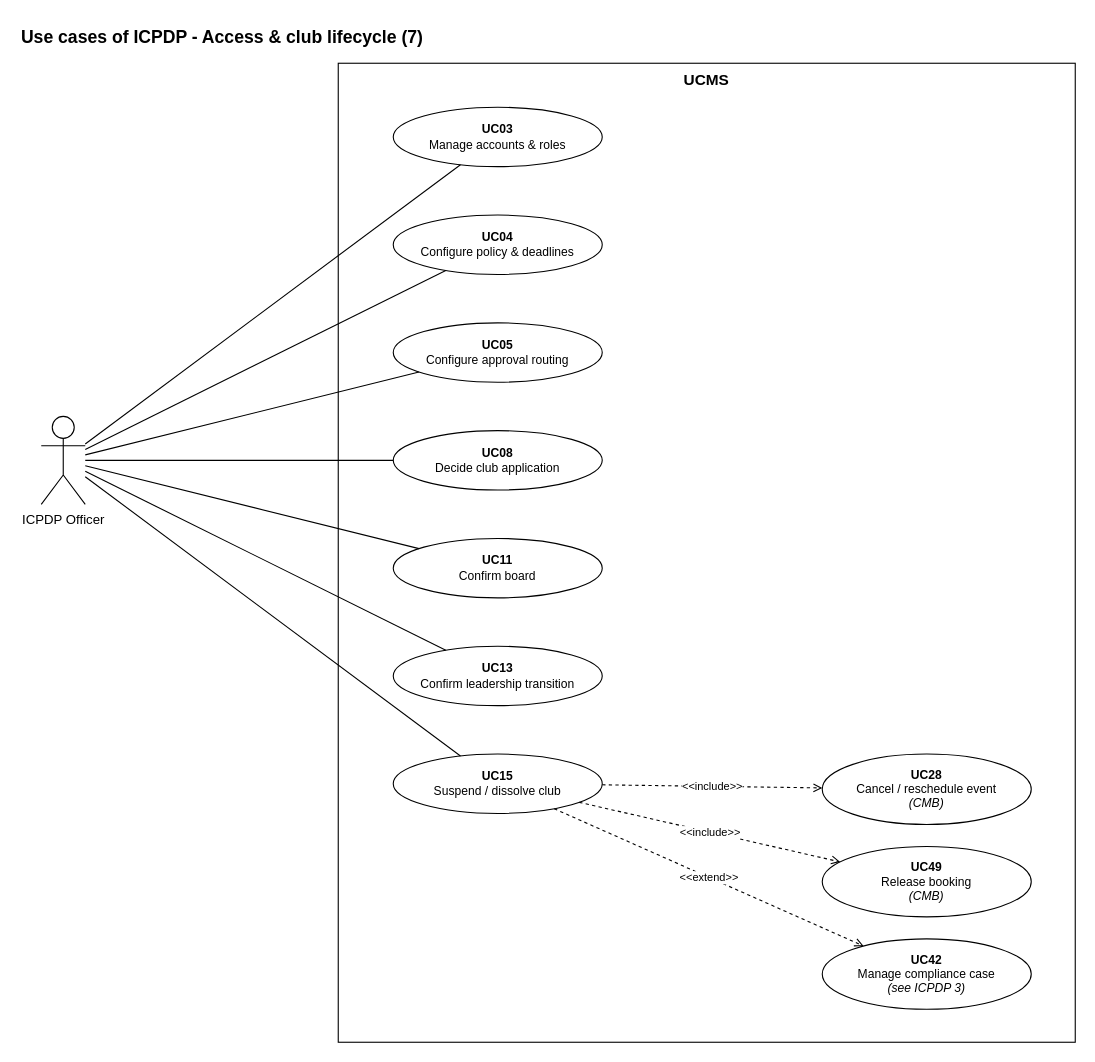
The draw.io diagram page "ICPDP 1 - Access & club lifecycle" (7 of 9) of docs/diagrams/UCMS_UseCase_ByActor.drawio in nvdekay/ClubManagementSystem, before the edit. Source tidied: cells renumbered, new cells numbered last; positions are measured from the earlier drawing's top-left corner, leaving out a move shared by most shapes. Both pictures are drawn from the tidied source at 110%, with x=0, y=0 at pixel (19, 19).
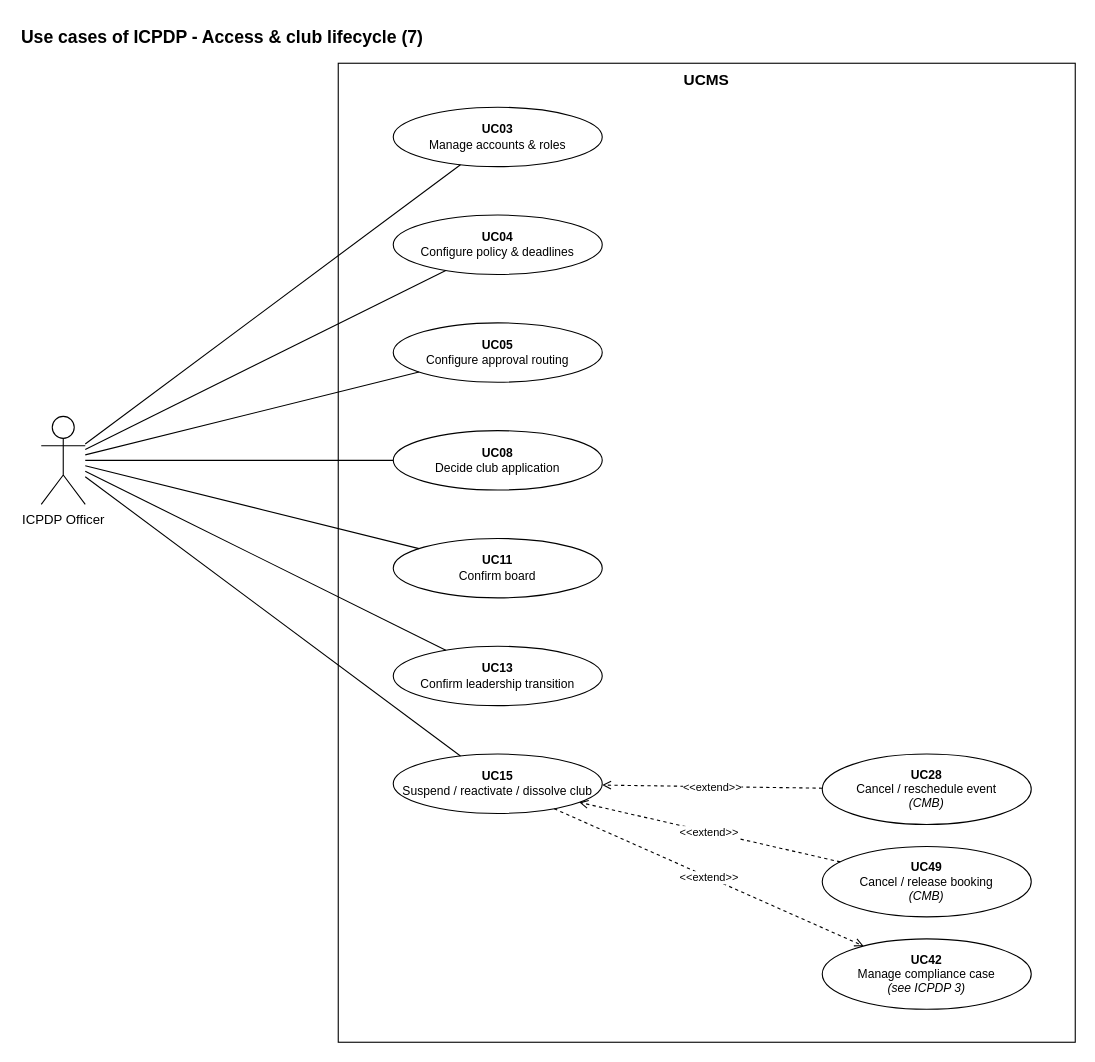
Above is the later version.

Unchanged cells that the change refers to:
```xml
<mxCell id="19" value="&lt;b&gt;UC28&lt;/b&gt;&lt;br&gt;Cancel / reschedule event&lt;br&gt;&lt;i&gt;(CMB)&lt;/i&gt;" style="ellipse;whiteSpace=wrap;html=1;fillColor=#ffffff;strokeColor=#000000;fontSize=11;" parent="1" vertex="1">
  <mxGeometry x="730" y="668" width="190" height="64" as="geometry" />
</mxCell>
```

Diff of the diagram source:
```diff
@@
-    <mxCell id="17" value="&lt;b&gt;UC15&lt;/b&gt;&lt;br&gt;Suspend / dissolve club" style="ellipse;whiteSpace=wrap;html=1;fillColor=#ffffff;strokeColor=#000000;fontSize=11;" parent="1" vertex="1">
+    <mxCell id="17" value="&lt;b&gt;UC15&lt;/b&gt;&lt;br&gt;Suspend / reactivate / dissolve club" style="ellipse;whiteSpace=wrap;html=1;fillColor=#ffffff;strokeColor=#000000;fontSize=11;" parent="1" vertex="1">
       <mxGeometry x="340" y="668" width="190" height="54" as="geometry" />
     </mxCell>
@@
-    <mxCell id="20" value="&lt;b&gt;UC49&lt;/b&gt;&lt;br&gt;Release booking&lt;br&gt;&lt;i&gt;(CMB)&lt;/i&gt;" style="ellipse;whiteSpace=wrap;html=1;fillColor=#ffffff;strokeColor=#000000;fontSize=11;" parent="1" vertex="1">
+    <mxCell id="20" value="&lt;b&gt;UC49&lt;/b&gt;&lt;br&gt;Cancel / release booking&lt;br&gt;&lt;i&gt;(CMB)&lt;/i&gt;" style="ellipse;whiteSpace=wrap;html=1;fillColor=#ffffff;strokeColor=#000000;fontSize=11;" parent="1" vertex="1">
       <mxGeometry x="730" y="752" width="190" height="64" as="geometry" />
     </mxCell>
@@
-    <mxCell id="22" value="&amp;lt;&amp;lt;include&amp;gt;&amp;gt;" style="endArrow=open;dashed=1;html=1;strokeColor=#000000;fontSize=10;labelBackgroundColor=#ffffff;" parent="1" edge="1" source="17" target="19">
+    <mxCell id="22" value="&amp;lt;&amp;lt;extend&amp;gt;&amp;gt;" style="endArrow=open;dashed=1;html=1;strokeColor=#000000;fontSize=10;labelBackgroundColor=#ffffff;" parent="1" edge="1" source="19" target="17">
       <mxGeometry relative="1" as="geometry" />
     </mxCell>
-    <mxCell id="23" value="&amp;lt;&amp;lt;include&amp;gt;&amp;gt;" style="endArrow=open;dashed=1;html=1;strokeColor=#000000;fontSize=10;labelBackgroundColor=#ffffff;" parent="1" edge="1" source="17" target="20">
+    <mxCell id="23" value="&amp;lt;&amp;lt;extend&amp;gt;&amp;gt;" style="endArrow=open;dashed=1;html=1;strokeColor=#000000;fontSize=10;labelBackgroundColor=#ffffff;" parent="1" edge="1" source="20" target="17">
       <mxGeometry relative="1" as="geometry" />
     </mxCell>
```
